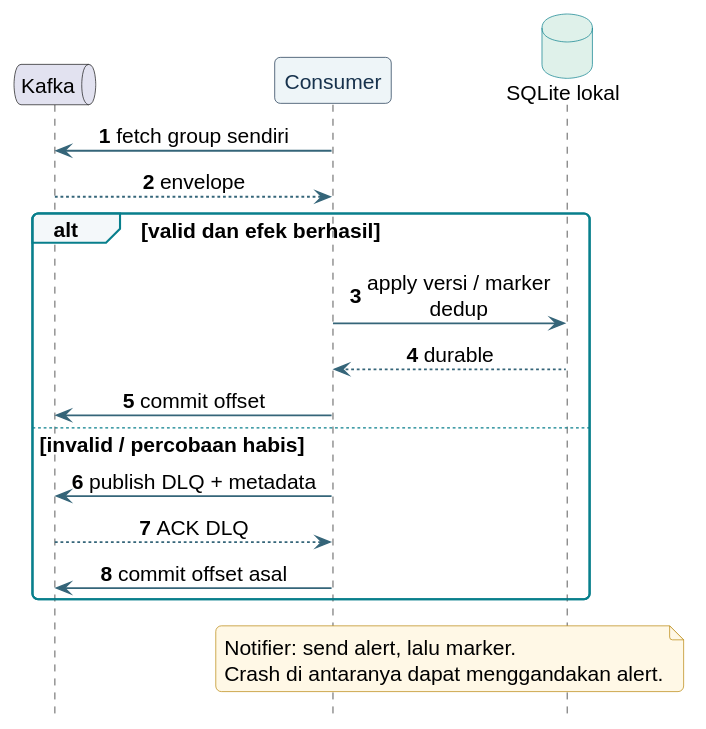
WwzFwz/AkuAnakTehat keeps this PlantUML diagram as docs/laporan/assets/figures/07-consumer-dlq.svg. Above is the earlier version. Source of this version:
```plantuml
@startuml
!include theme.puml
hide footbox
autonumber
queue Kafka
participant Consumer
database "SQLite lokal" as db
Consumer -> Kafka : fetch group sendiri
Kafka --> Consumer : envelope
alt valid dan efek berhasil
Consumer -> db : apply versi / marker dedup
db --> Consumer : durable
Consumer -> Kafka : commit offset
else invalid / percobaan habis
Consumer -> Kafka : publish DLQ + metadata
Kafka --> Consumer : ACK DLQ
Consumer -> Kafka : commit offset asal
end
note over Consumer,db
Notifier: send alert, lalu marker.
Crash di antaranya dapat menggandakan alert.
end note
@enduml
```
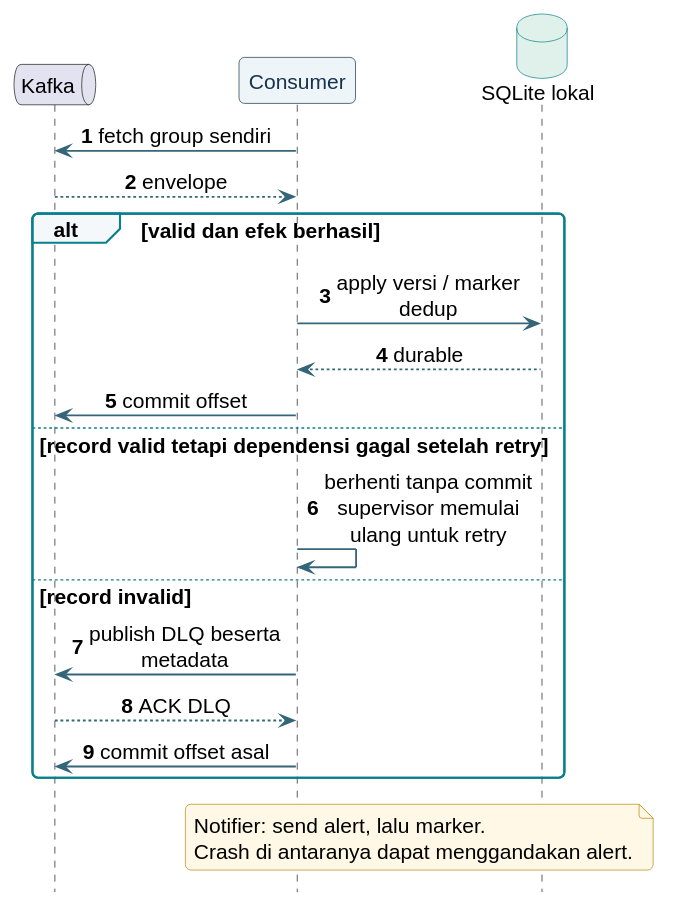
After the commit.

Diff of the diagram source:
```diff
@@ -11,8 +11,10 @@
 Consumer -> db : apply versi / marker dedup
 db --> Consumer : durable
 Consumer -> Kafka : commit offset
-else invalid / percobaan habis
-Consumer -> Kafka : publish DLQ + metadata
+else record valid tetapi dependensi gagal setelah retry
+Consumer -> Consumer : berhenti tanpa commit\nsupervisor memulai ulang untuk retry
+else record invalid
+Consumer -> Kafka : publish DLQ beserta metadata
 Kafka --> Consumer : ACK DLQ
 Consumer -> Kafka : commit offset asal
 end
```
